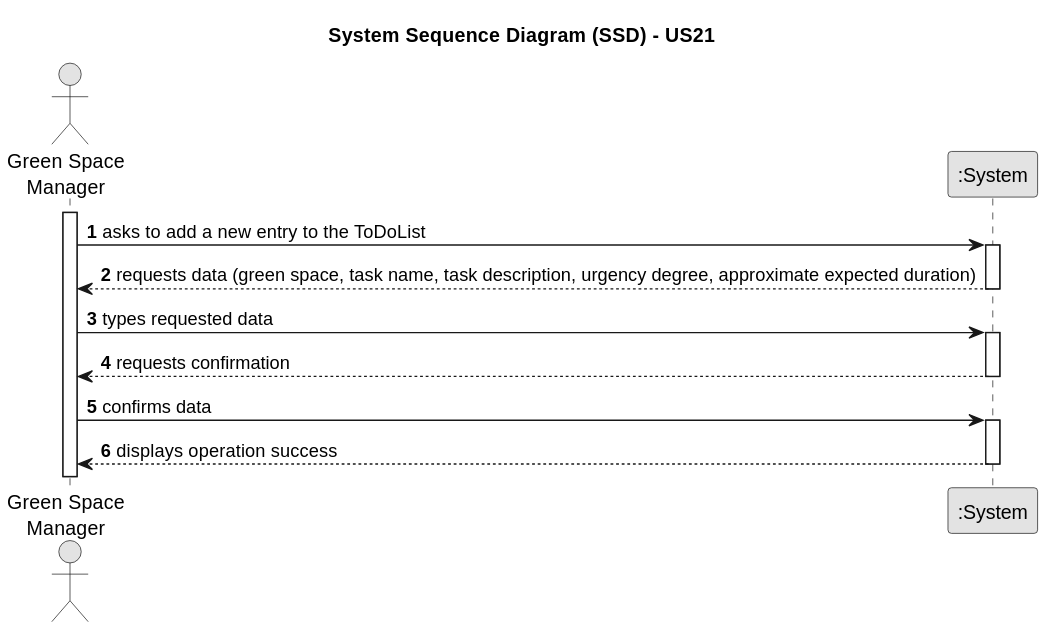
Before: docs/sprintC/us21/01.requirements-engineering/svg/us21-system-sequence-diagram.svg, a diagram exported from PlantUML (Paulo-Pereira-at-ISEP/lei-24-s2-1nanb-g321).
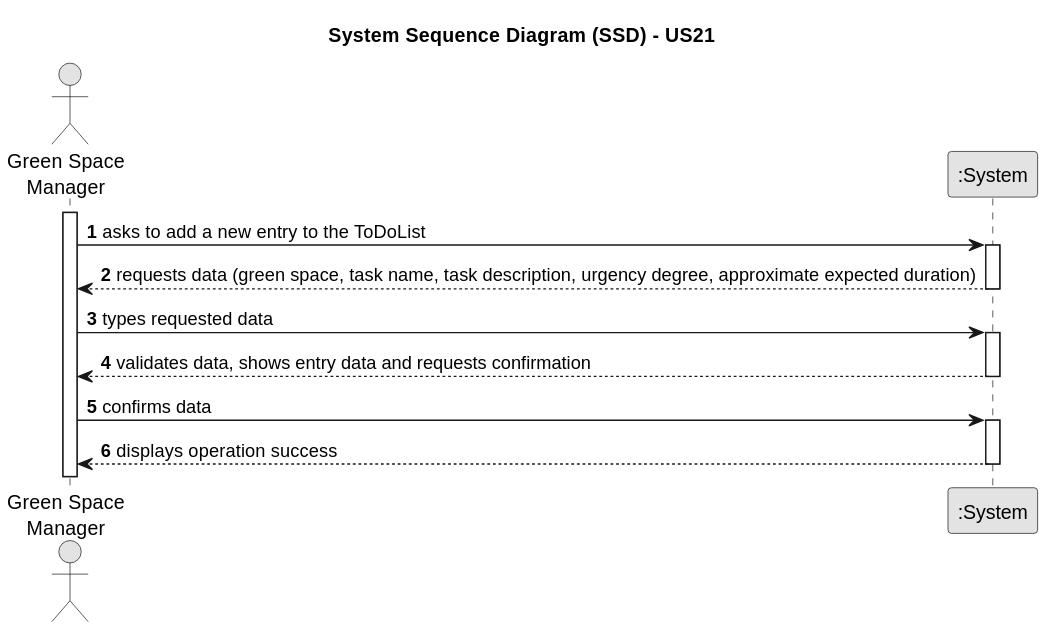
The same file after the commit.

The edit, as a diff of the source:
```diff
@@ -21,7 +21,7 @@
         Employee -> System : types requested data
         activate System
 
-            System --> Employee : requests confirmation
+            System --> Employee : validates data, shows entry data and requests confirmation
         deactivate System
 
         Employee -> System : confirms data
```
